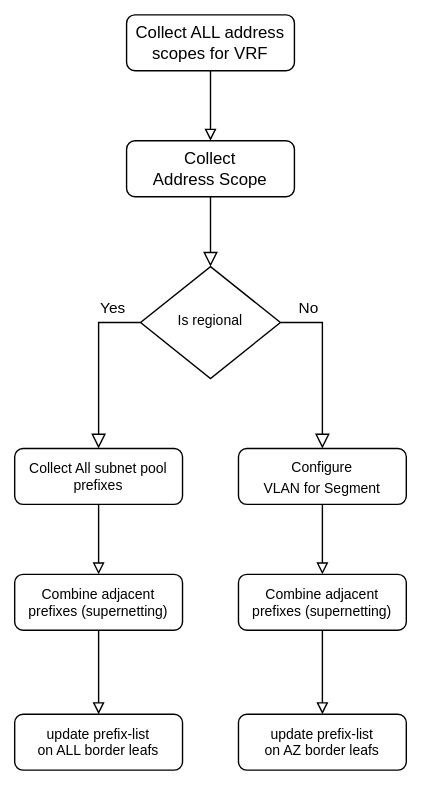
Before: doc/source/architecture/figure/subnet_aggregation_flow.svg, a diagram exported from draw.io (sapcc/networking-ccloud). Source tidied: cells renumbered, new cells last; positions are measured from the earlier drawing's top-left corner, leaving out a move shared by most shapes.
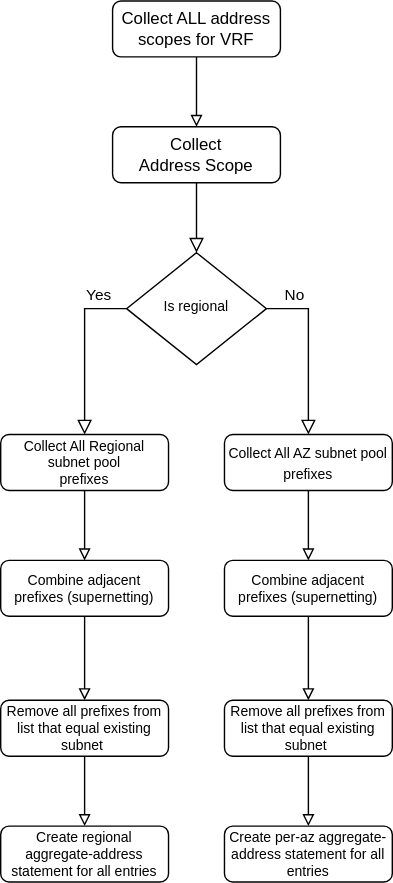
The same diagram one commit later.

Commit message:
Added per AZ subnet details

Change to the diagram source:
```diff
@@ -20,13 +20,13 @@
     <mxCell id="7" style="edgeStyle=orthogonalEdgeStyle;rounded=0;jettySize=auto;html=1;entryX=0.5;entryY=0;entryDx=0;entryDy=0;endArrow=block;endFill=0;" parent="1" edge="1" source="8" target="14">
       <mxGeometry relative="1" as="geometry" />
     </mxCell>
-    <mxCell id="8" value="Collect All subnet pool&lt;br&gt;prefixes" style="rounded=1;whiteSpace=wrap;html=1;fontSize=10;glass=0;strokeWidth=1;shadow=0;" parent="1" vertex="1">
+    <mxCell id="8" value="Collect All Regional subnet pool&lt;br&gt;prefixes" style="rounded=1;whiteSpace=wrap;html=1;fontSize=10;glass=0;strokeWidth=1;shadow=0;" parent="1" vertex="1">
       <mxGeometry y="310" width="120" height="40" as="geometry" />
     </mxCell>
     <mxCell id="9" style="edgeStyle=orthogonalEdgeStyle;rounded=0;jettySize=auto;html=1;entryX=0.5;entryY=0;entryDx=0;entryDy=0;endArrow=block;endFill=0;" parent="1" edge="1" source="10" target="16">
       <mxGeometry relative="1" as="geometry" />
     </mxCell>
-    <mxCell id="10" value="&lt;font style=&quot;font-size: 10px&quot;&gt;Configure&lt;br&gt;VLAN for Segment&lt;br&gt;&lt;/font&gt;" style="rounded=1;whiteSpace=wrap;html=1;fontSize=12;glass=0;strokeWidth=1;shadow=0;" parent="1" vertex="1">
+    <mxCell id="10" value="&lt;font style=&quot;font-size: 10px&quot;&gt;Collect All AZ subnet pool&lt;br&gt;prefixes&lt;br&gt;&lt;/font&gt;" style="rounded=1;whiteSpace=wrap;html=1;fontSize=12;glass=0;strokeWidth=1;shadow=0;" parent="1" vertex="1">
       <mxGeometry x="160" y="310" width="120" height="40" as="geometry" />
     </mxCell>
     <mxCell id="11" style="edgeStyle=orthogonalEdgeStyle;rounded=0;jettySize=auto;html=1;entryX=0.5;entryY=0;entryDx=0;entryDy=0;fontSize=10;endArrow=block;endFill=0;" parent="1" edge="1" source="12" target="3">
@@ -41,17 +41,31 @@
     <mxCell id="14" value="Combine adjacent prefixes (supernetting)" style="rounded=1;whiteSpace=wrap;html=1;fontSize=10;glass=0;strokeWidth=1;shadow=0;" parent="1" vertex="1">
       <mxGeometry y="400" width="120" height="40" as="geometry" />
     </mxCell>
-    <mxCell id="15" style="edgeStyle=orthogonalEdgeStyle;rounded=0;jettySize=auto;html=1;entryX=0.5;entryY=0;entryDx=0;entryDy=0;endArrow=block;endFill=0;" parent="1" edge="1" source="16" target="18">
-      <mxGeometry relative="1" as="geometry" />
+    <mxCell id="15" style="edgeStyle=orthogonalEdgeStyle;rounded=0;jettySize=auto;html=1;entryX=0.5;entryY=0;entryDx=0;entryDy=0;endArrow=block;endFill=0;" parent="1" edge="1" source="16">
+      <mxGeometry relative="1" as="geometry">
+        <mxPoint x="220" y="500" as="targetPoint" />
+      </mxGeometry>
     </mxCell>
     <mxCell id="16" value="Combine adjacent prefixes (supernetting)" style="rounded=1;whiteSpace=wrap;html=1;fontSize=10;glass=0;strokeWidth=1;shadow=0;" parent="1" vertex="1">
       <mxGeometry x="160" y="400" width="120" height="40" as="geometry" />
     </mxCell>
+    <mxCell id="19" style="edgeStyle=orthogonalEdgeStyle;rounded=0;jettySize=auto;html=1;endArrow=block;endFill=0;" parent="1" edge="1" source="17" target="20">
+      <mxGeometry relative="1" as="geometry" />
+    </mxCell>
-    <mxCell id="17" value="update prefix-list &lt;br&gt;on ALL border leafs" style="rounded=1;whiteSpace=wrap;html=1;fontSize=10;glass=0;strokeWidth=1;shadow=0;" parent="1" vertex="1">
+    <mxCell id="17" value="Remove all prefixes from list that equal existing subnet&amp;nbsp;" style="rounded=1;whiteSpace=wrap;html=1;fontSize=10;glass=0;strokeWidth=1;shadow=0;" parent="1" vertex="1">
       <mxGeometry y="500" width="120" height="40" as="geometry" />
     </mxCell>
-    <mxCell id="18" value="update prefix-list &lt;br&gt;on AZ border leafs" style="rounded=1;whiteSpace=wrap;html=1;fontSize=10;glass=0;strokeWidth=1;shadow=0;" parent="1" vertex="1">
-      <mxGeometry x="160" y="500" width="120" height="40" as="geometry" />
-    </mxCell>
+    <mxCell id="20" value="Create regional aggregate-address statement for all entries" style="rounded=1;whiteSpace=wrap;html=1;fontSize=10;glass=0;strokeWidth=1;shadow=0;" parent="1" vertex="1">
+      <mxGeometry y="590" width="120" height="40" as="geometry" />
+    </mxCell>
+    <mxCell id="21" style="edgeStyle=orthogonalEdgeStyle;rounded=0;jettySize=auto;html=1;endArrow=block;endFill=0;" parent="1" edge="1" source="22" target="23">
+      <mxGeometry relative="1" as="geometry" />
+    </mxCell>
+    <mxCell id="22" value="Remove all prefixes from list that equal existing subnet&amp;nbsp;" style="rounded=1;whiteSpace=wrap;html=1;fontSize=10;glass=0;strokeWidth=1;shadow=0;" parent="1" vertex="1">
+      <mxGeometry x="160" y="500" width="120" height="40" as="geometry" />
+    </mxCell>
+    <mxCell id="23" value="Create per-az aggregate-address statement for all entries" style="rounded=1;whiteSpace=wrap;html=1;fontSize=10;glass=0;strokeWidth=1;shadow=0;" parent="1" vertex="1">
+      <mxGeometry x="160" y="590" width="120" height="40" as="geometry" />
+    </mxCell>
   </root>
 </mxGraphModel>
```
